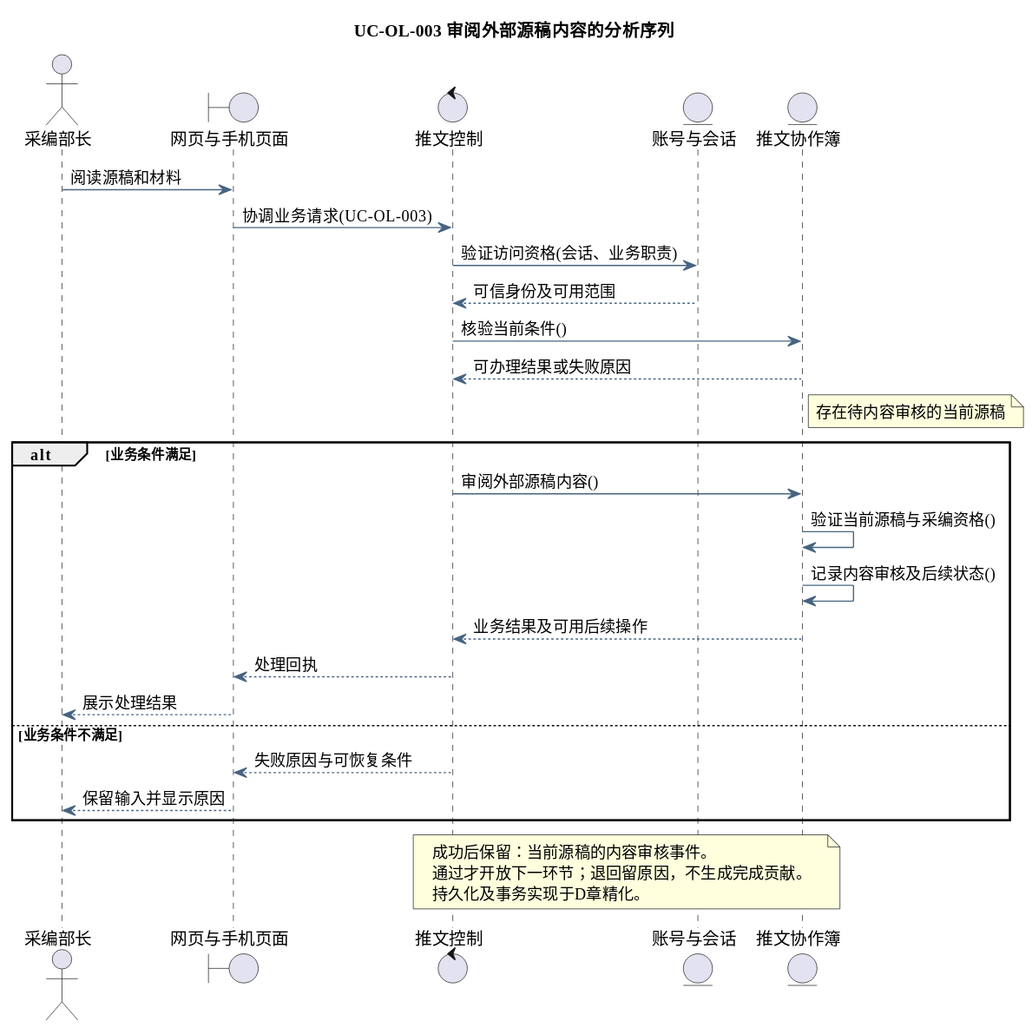
Earlier version of the PlantUML export docs/diagrams/analysis/seq-uc-ol-003.svg (tccc1csu/miniprogram-csu).
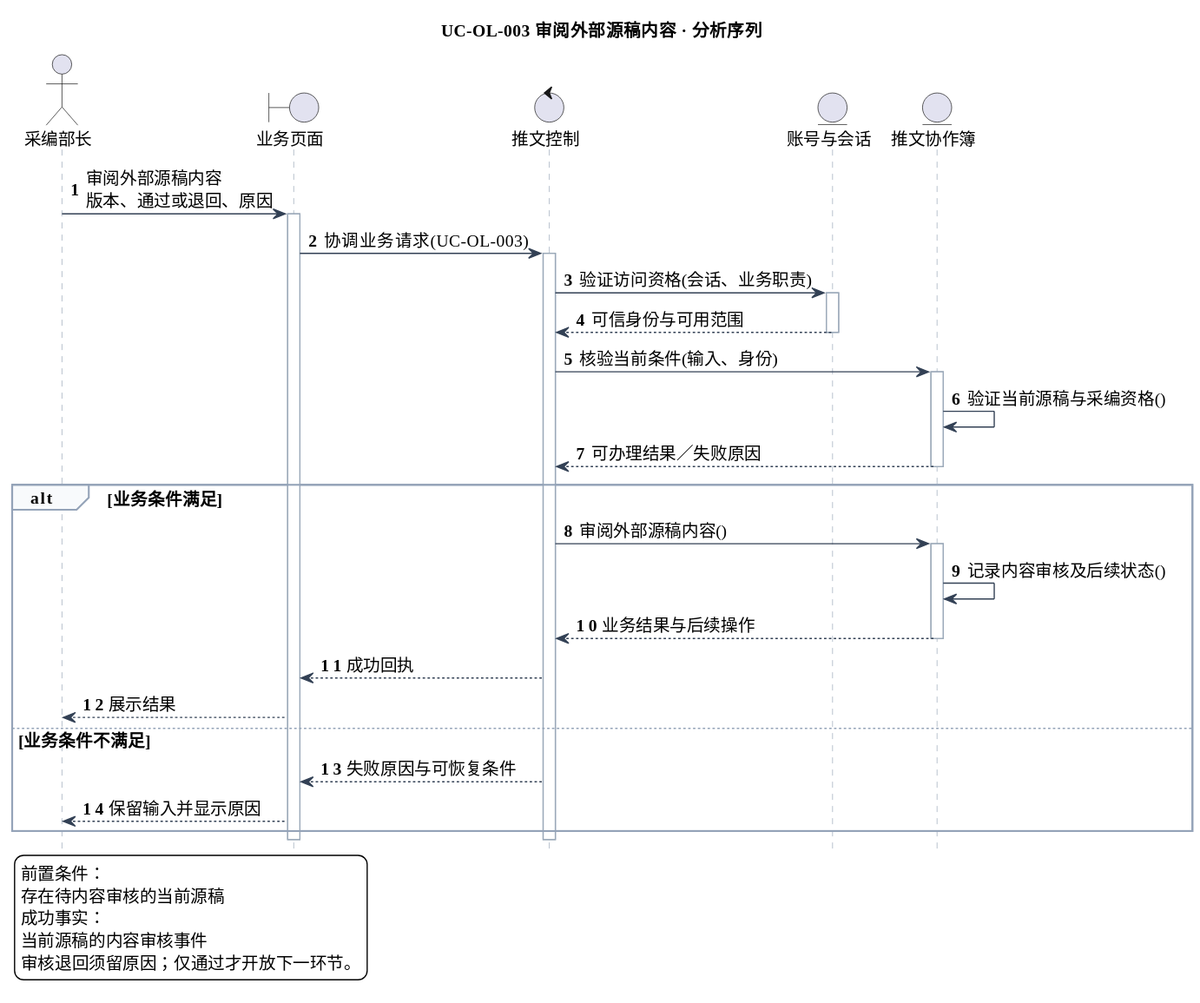
After the change.

Change to the diagram source:
```diff
@@ -5,35 +5,53 @@
 skinparam ArrowColor #466482
 skinparam classAttributeIconSize 0
 hide empty members
-title UC-OL-003 审阅外部源稿内容的分析序列
+skinparam defaultFontSize 14
+skinparam sequenceLifeLineBorderColor #9AA8B8
+skinparam sequenceArrowColor #334155
+skinparam sequenceGroupBorderColor #94A3B8
+skinparam sequenceGroupBackgroundColor #F8FAFC
+skinparam sequenceParticipantPadding 18
+skinparam maxMessageSize 240
+hide footbox
+autonumber
+title UC-OL-003 审阅外部源稿内容 · 分析序列
 actor "采编部长" as actor
-boundary "网页与手机页面" as page
+boundary "业务页面" as page
 control "推文控制" as ctl
 entity "账号与会话" as identity
 entity "推文协作簿" as model
-actor -> page : 阅读源稿和材料
+actor -> page : 审阅外部源稿内容\n版本、通过或退回、原因
+activate page
 page -> ctl : 协调业务请求(UC-OL-003)
+activate ctl
 ctl -> identity : 验证访问资格(会话、业务职责)
-identity --> ctl : 可信身份及可用范围
-ctl -> model : 核验当前条件()
-model --> ctl : 可办理结果或失败原因
-note right of model
-存在待内容审核的当前源稿
-end note
+activate identity
+identity --> ctl : 可信身份与可用范围
+deactivate identity
+ctl -> model : 核验当前条件(输入、身份)
+activate model
+model -> model : 验证当前源稿与采编资格()
+model --> ctl : 可办理结果／失败原因
+deactivate model
 alt 业务条件满足
 ctl -> model : 审阅外部源稿内容()
-model -> model : 验证当前源稿与采编资格()
+activate model
 model -> model : 记录内容审核及后续状态()
-model --> ctl : 业务结果及可用后续操作
-ctl --> page : 处理回执
-page --> actor : 展示处理结果
+model --> ctl : 业务结果与后续操作
+deactivate model
+ctl --> page : 成功回执
+page --> actor : 展示结果
 else 业务条件不满足
 ctl --> page : 失败原因与可恢复条件
 page --> actor : 保留输入并显示原因
 end
-note over ctl,model
-成功后保留：当前源稿的内容审核事件。
-通过才开放下一环节；退回留原因，不生成完成贡献。
-持久化及事务实现于D章精化。
-end note
+deactivate ctl
+deactivate page
+legend bottom left
+前置条件：
+存在待内容审核的当前源稿
+成功事实：
+当前源稿的内容审核事件
+审核退回须留原因；仅通过才开放下一环节。
+endlegend
 @enduml
```
